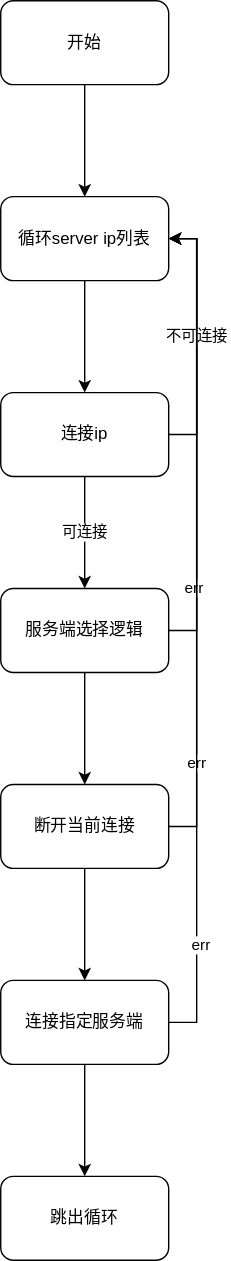
The draw.io diagram tc_客户端连接服务端逻辑图.svg in c17abab/diag_pics, before a commit. Source tidied: cells renumbered, new cells last; positions are measured from the earlier drawing's top-left corner, leaving out a move shared by most shapes.
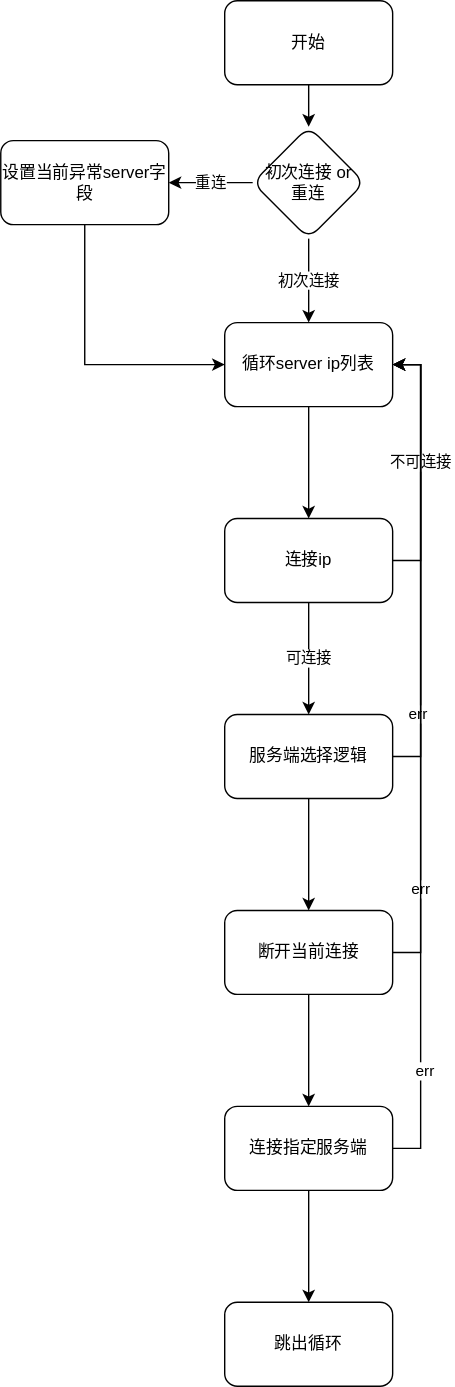
Later version of the same file.

Commit message:
更新tc_客户端连接服务端逻辑图.svg

What changed in the source:
```diff
@@ -2,11 +2,11 @@
   <root>
     <mxCell id="0" />
     <mxCell id="1" parent="0" />
-    <mxCell id="2" style="edgeStyle=orthogonalEdgeStyle;rounded=0;jettySize=auto;html=1;" parent="1" edge="1" source="3" target="5">
-      <mxGeometry relative="1" as="geometry" />
-    </mxCell>
+    <mxCell id="22" style="edgeStyle=orthogonalEdgeStyle;rounded=0;jettySize=auto;html=1;" parent="1" edge="1" source="3" target="25">
+      <mxGeometry relative="1" as="geometry" />
+    </mxCell>
     <mxCell id="3" value="开始" style="rounded=1;whiteSpace=wrap;html=1;" parent="1" vertex="1">
-      <mxGeometry width="120" height="60" as="geometry" />
+      <mxGeometry y="-90" width="120" height="60" as="geometry" />
     </mxCell>
     <mxCell id="4" style="edgeStyle=orthogonalEdgeStyle;rounded=0;jettySize=auto;html=1;" parent="1" edge="1" source="5" target="8">
       <mxGeometry relative="1" as="geometry" />
@@ -82,5 +82,24 @@
     <mxCell id="21" value="跳出循环" style="whiteSpace=wrap;html=1;rounded=1;" parent="1" vertex="1">
       <mxGeometry y="840" width="120" height="60" as="geometry" />
     </mxCell>
+    <mxCell id="23" value="初次连接" style="edgeStyle=orthogonalEdgeStyle;rounded=0;jettySize=auto;html=1;" parent="1" edge="1" source="25" target="5">
+      <mxGeometry relative="1" as="geometry" />
+    </mxCell>
+    <mxCell id="24" value="重连" style="edgeStyle=orthogonalEdgeStyle;rounded=0;jettySize=auto;html=1;" parent="1" edge="1" source="25" target="27">
+      <mxGeometry relative="1" as="geometry" />
+    </mxCell>
+    <mxCell id="25" value="初次连接 or&lt;br&gt;重连" style="rhombus;whiteSpace=wrap;html=1;rounded=1;" parent="1" vertex="1">
+      <mxGeometry x="20" width="80" height="80" as="geometry" />
+    </mxCell>
+    <mxCell id="26" style="edgeStyle=orthogonalEdgeStyle;rounded=0;jettySize=auto;html=1;entryX=0;entryY=0.5;entryDx=0;entryDy=0;" parent="1" edge="1" source="27" target="5">
+      <mxGeometry relative="1" as="geometry">
+        <Array as="points">
+          <mxPoint x="-100" y="170" />
+        </Array>
+      </mxGeometry>
+    </mxCell>
+    <mxCell id="27" value="设置当前异常server字段" style="whiteSpace=wrap;html=1;rounded=1;" parent="1" vertex="1">
+      <mxGeometry x="-160" y="10" width="120" height="60" as="geometry" />
+    </mxCell>
   </root>
 </mxGraphModel>
```
